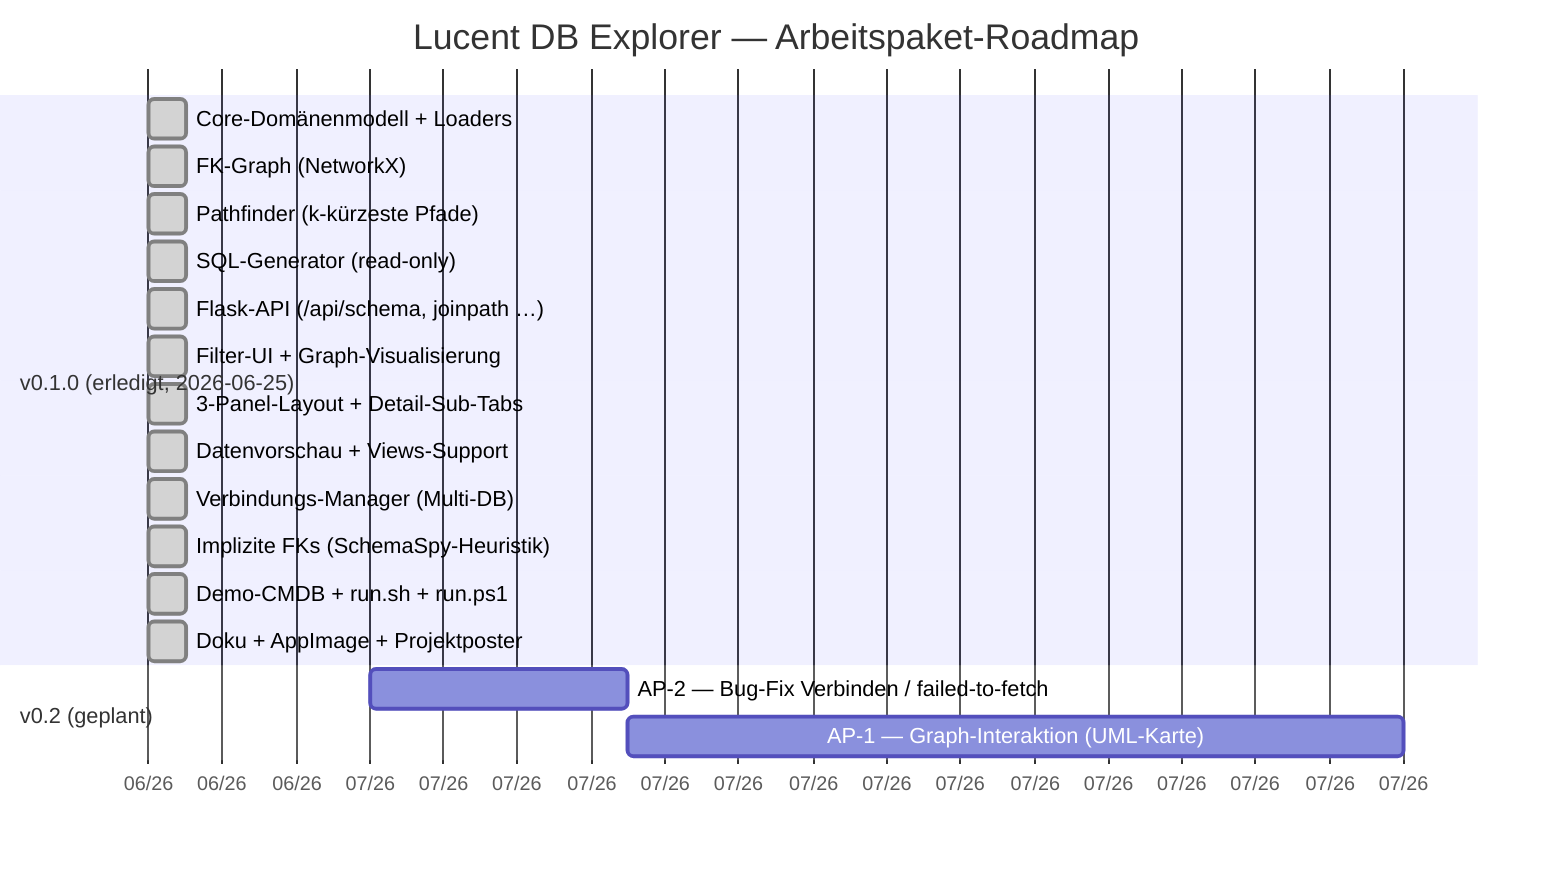
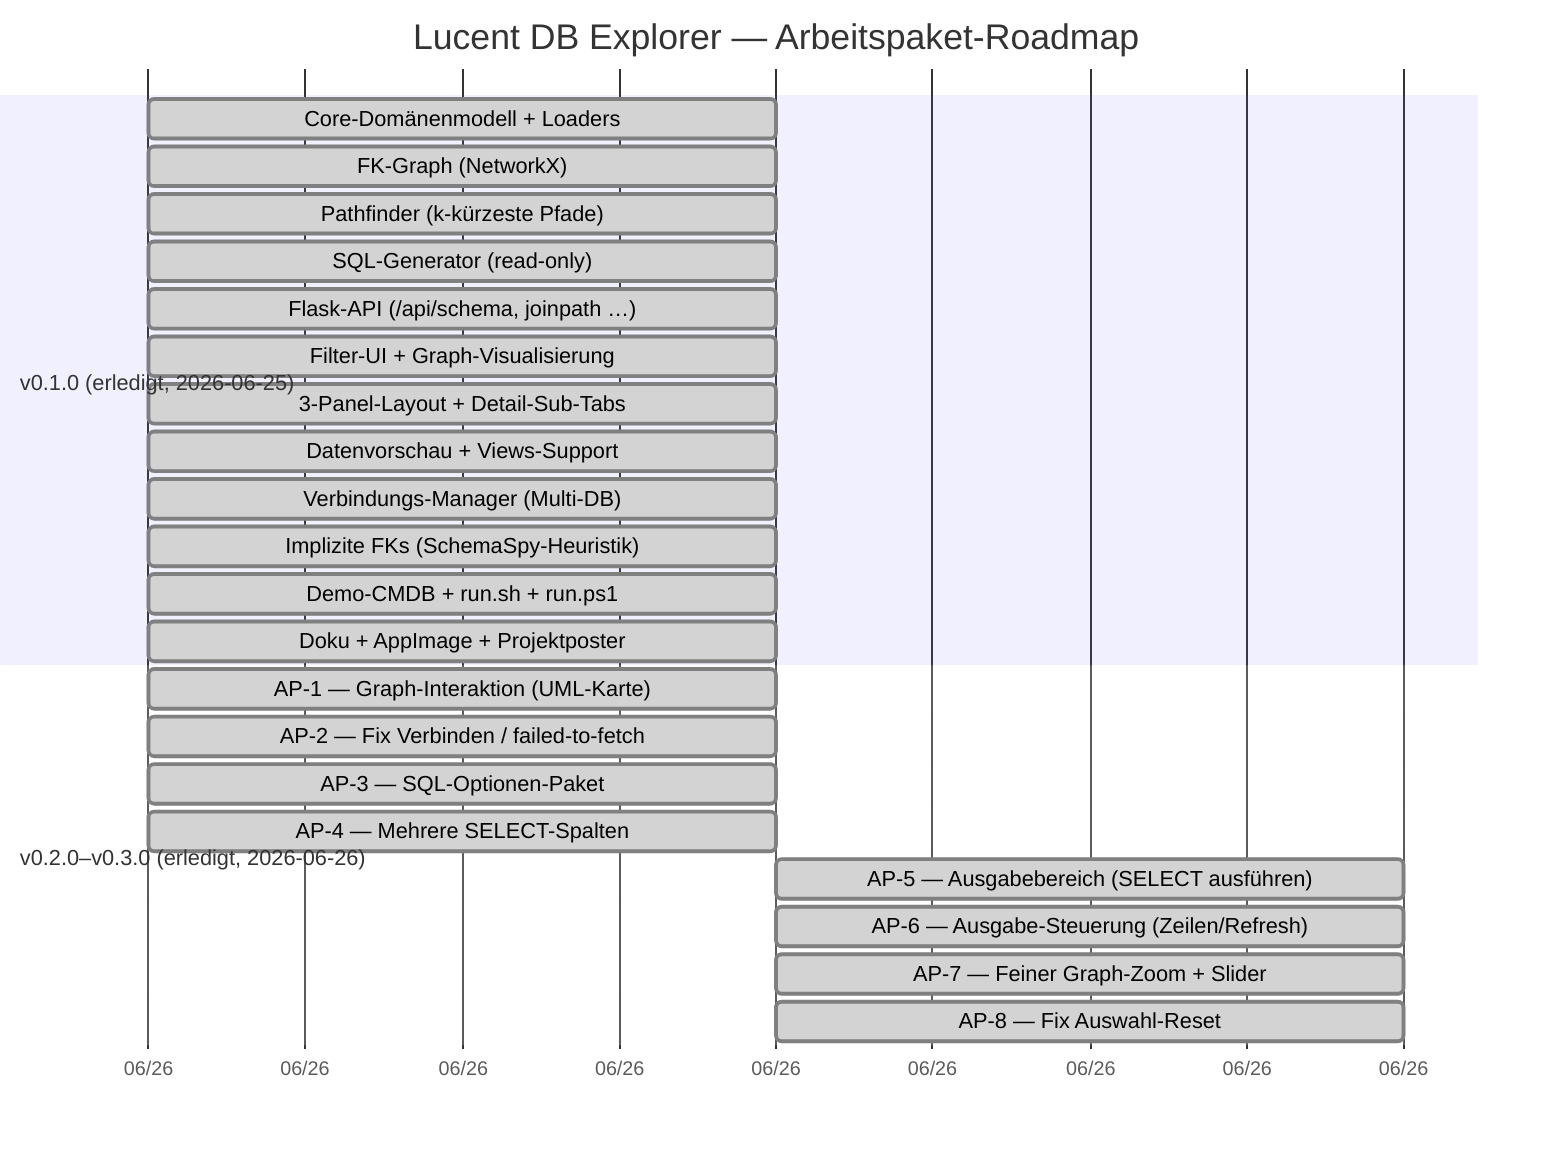
gantt
    title Lucent DB Explorer — Arbeitspaket-Roadmap
    dateFormat  YYYY-MM-DD
    axisFormat  %m/%y

    section v0.1.0 (erledigt, 2026-06-25)
    Core-Domänenmodell + Loaders          :done, d1, 2026-06-25, 1d
    FK-Graph (NetworkX)                   :done, d2, 2026-06-25, 1d
    Pathfinder (k-kürzeste Pfade)         :done, d3, 2026-06-25, 1d
    SQL-Generator (read-only)             :done, d4, 2026-06-25, 1d
    Flask-API (/api/schema, joinpath …)   :done, d5, 2026-06-25, 1d
    Filter-UI + Graph-Visualisierung      :done, d6, 2026-06-25, 1d
    3-Panel-Layout + Detail-Sub-Tabs      :done, d7, 2026-06-25, 1d
    Datenvorschau + Views-Support         :done, d8, 2026-06-25, 1d
    Verbindungs-Manager (Multi-DB)        :done, d9, 2026-06-25, 1d
    Implizite FKs (SchemaSpy-Heuristik)   :done, d10, 2026-06-25, 1d
    Demo-CMDB + run.sh + run.ps1          :done, d11, 2026-06-25, 1d
    Doku + AppImage + Projektposter       :done, d12, 2026-06-25, 1d

-     section v0.2 (geplant)
-     AP-2 — Bug-Fix Verbinden / failed-to-fetch  :p2, 2026-07-01, 7d
-     AP-1 — Graph-Interaktion (UML-Karte)        :p1, after p2, 21d
+     section v0.2.0–v0.3.0 (erledigt, 2026-06-26)
+     AP-1 — Graph-Interaktion (UML-Karte)        :done, a1, 2026-06-25, 1d
+     AP-2 — Fix Verbinden / failed-to-fetch      :done, a2, 2026-06-25, 1d
+     AP-3 — SQL-Optionen-Paket                   :done, a3, 2026-06-25, 1d
+     AP-4 — Mehrere SELECT-Spalten               :done, a4, 2026-06-25, 1d
+     AP-5 — Ausgabebereich (SELECT ausführen)    :done, a5, 2026-06-26, 1d
+     AP-6 — Ausgabe-Steuerung (Zeilen/Refresh)   :done, a6, 2026-06-26, 1d
+     AP-7 — Feiner Graph-Zoom + Slider           :done, a7, 2026-06-26, 1d
+     AP-8 — Fix Auswahl-Reset                    :done, a8, 2026-06-26, 1d
